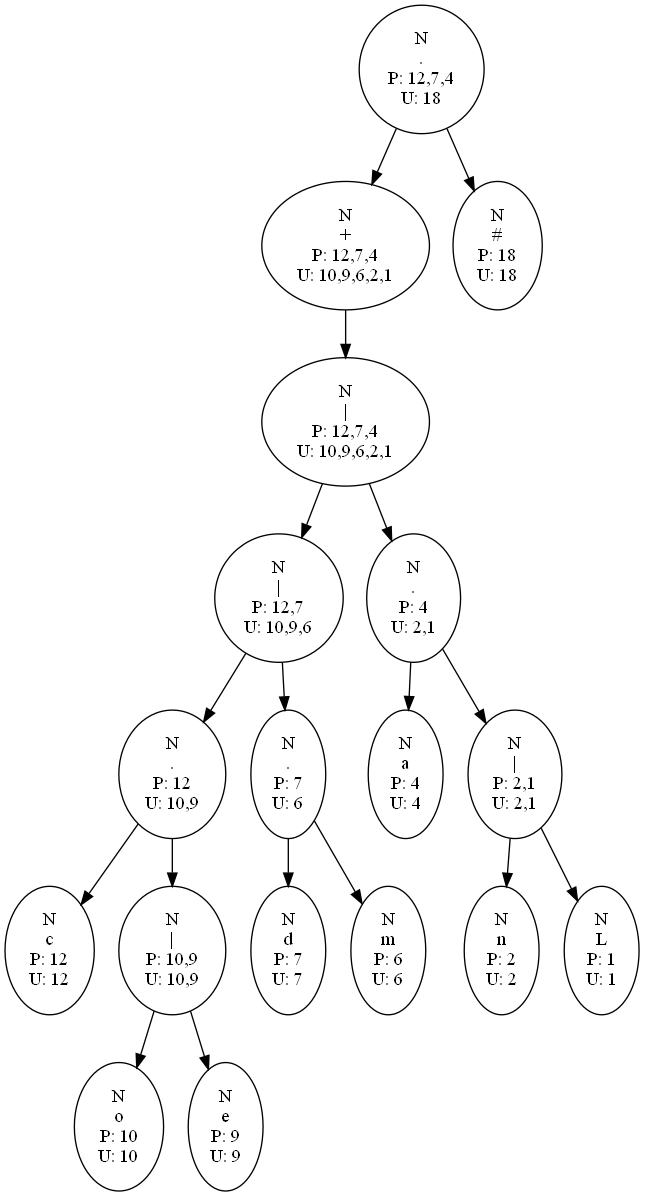
Before: Reportes_202003894/Arboles_202003894/RegEx3.png, a diagram exported from Graphviz (EstuardoSon/OCL1_202003894_P1). Its source is kept beside it as Reportes_202003894/Arboles_202003894/RegEx3.dot.
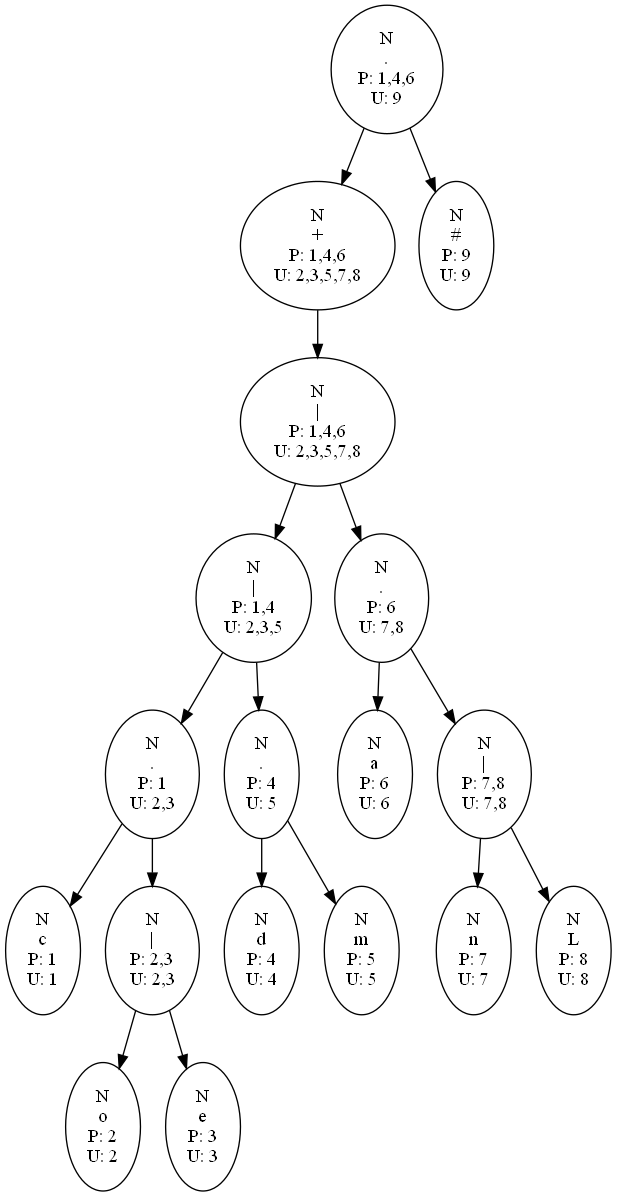
The same file after the commit.

The edit, as a diff of the source:
```diff
@@ -1,90 +1,90 @@
 digraph G{
-17->16
-16->15
-15->14
-14->13
-13->12
-12[label="N
+N9->N8
+N8->N5
+N5->N3
+N3->N1
+N1->1
+1[label="N
 c
-P: 12
-U: 12"];
-13[label="N
+P: 1
+U: 1"];
+N1[label="N
 .
-P: 12
-U: 10,9"];
-13->11
-11->10
-10[label="N
+P: 1
+U: 2,3"];
+N1->N2
+N2->2
+2[label="N
 o
-P: 10
-U: 10"];
-11[label="N
+P: 2
+U: 2"];
+N2[label="N
 |
-P: 10,9
-U: 10,9"];
-11->9
+P: 2,3
+U: 2,3"];
+N2->3
+3[label="N
+e
+P: 3
+U: 3"];
+N3[label="N
+|
+P: 1,4
+U: 2,3,5"];
+N3->N4
+N4->4
+4[label="N
+d
+P: 4
+U: 4"];
+N4[label="N
+.
+P: 4
+U: 5"];
+N4->5
+5[label="N
+m
+P: 5
+U: 5"];
+N5[label="N
+|
+P: 1,4,6
+U: 2,3,5,7,8"];
+N5->N6
+N6->6
+6[label="N
+a
+P: 6
+U: 6"];
+N6[label="N
+.
+P: 6
+U: 7,8"];
+N6->N7
+N7->7
+7[label="N
+n
+P: 7
+U: 7"];
+N7[label="N
+|
+P: 7,8
+U: 7,8"];
+N7->8
+8[label="N
+L
+P: 8
+U: 8"];
+N8[label="N
++
+P: 1,4,6
+U: 2,3,5,7,8"];
+N9[label="N
+.
+P: 1,4,6
+U: 9"];
+N9->9
 9[label="N
-e
 P: 9
 U: 9"];
-14[label="N
-|
-P: 12,7
-U: 10,9,6"];
-14->8
-8->7
-7[label="N
-d
-P: 7
-U: 7"];
-8[label="N
-.
-P: 7
-U: 6"];
-8->6
-6[label="N
-m
-P: 6
-U: 6"];
-15[label="N
-|
-P: 12,7,4
-U: 10,9,6,2,1"];
-15->5
-5->4
-4[label="N
-a
-P: 4
-U: 4"];
-5[label="N
-.
-P: 4
-U: 2,1"];
-5->3
-3->2
-2[label="N
-n
-P: 2
-U: 2"];
-3[label="N
-|
-P: 2,1
-U: 2,1"];
-3->1
-1[label="N
-L
-P: 1
-U: 1"];
-16[label="N
-+
-P: 12,7,4
-U: 10,9,6,2,1"];
-17[label="N
-.
-P: 12,7,4
-U: 18"];
-17->18
-18[label="N
-P: 18
-U: 18"];
 }
```
